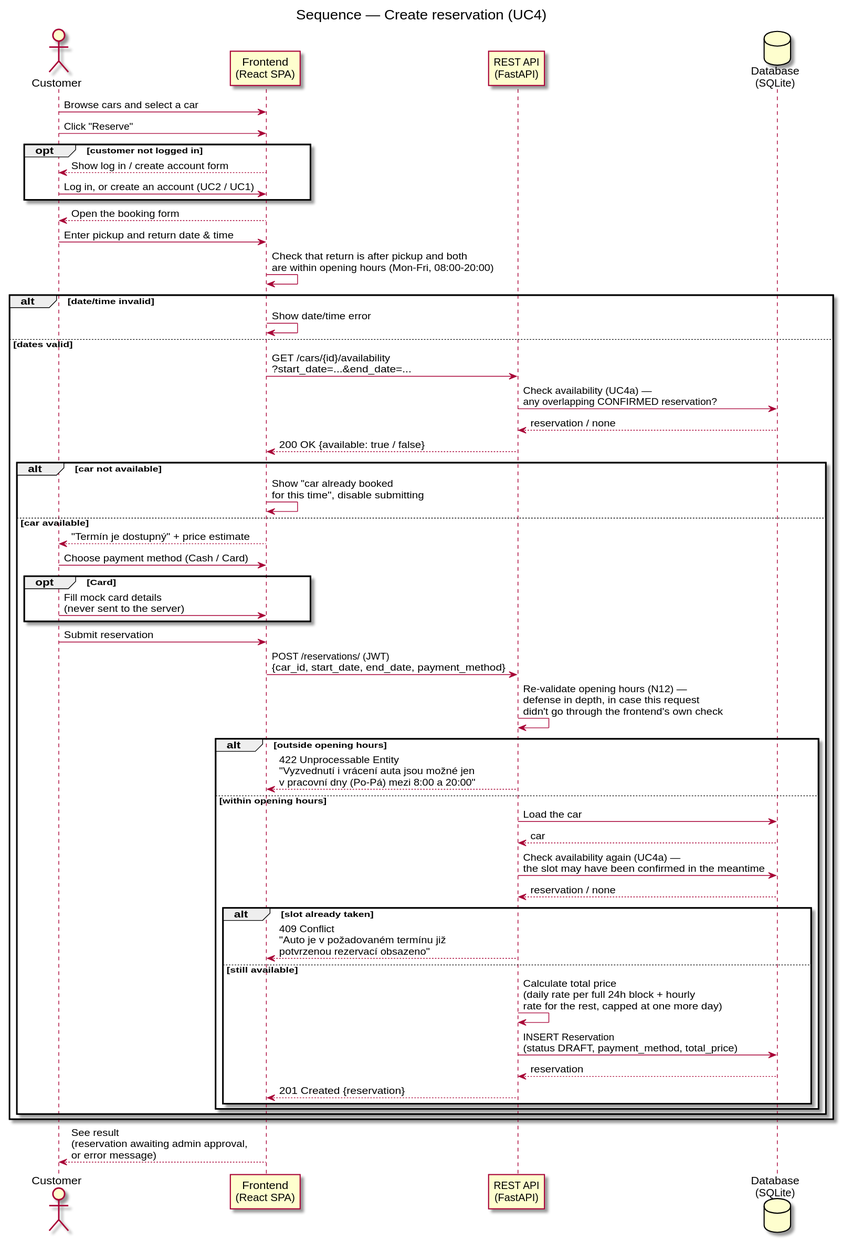
Above: docs/diagrams/sequence-make-reservation.svg in DavidMagyarics/CarRentalVSB (PlantUML), before the change.
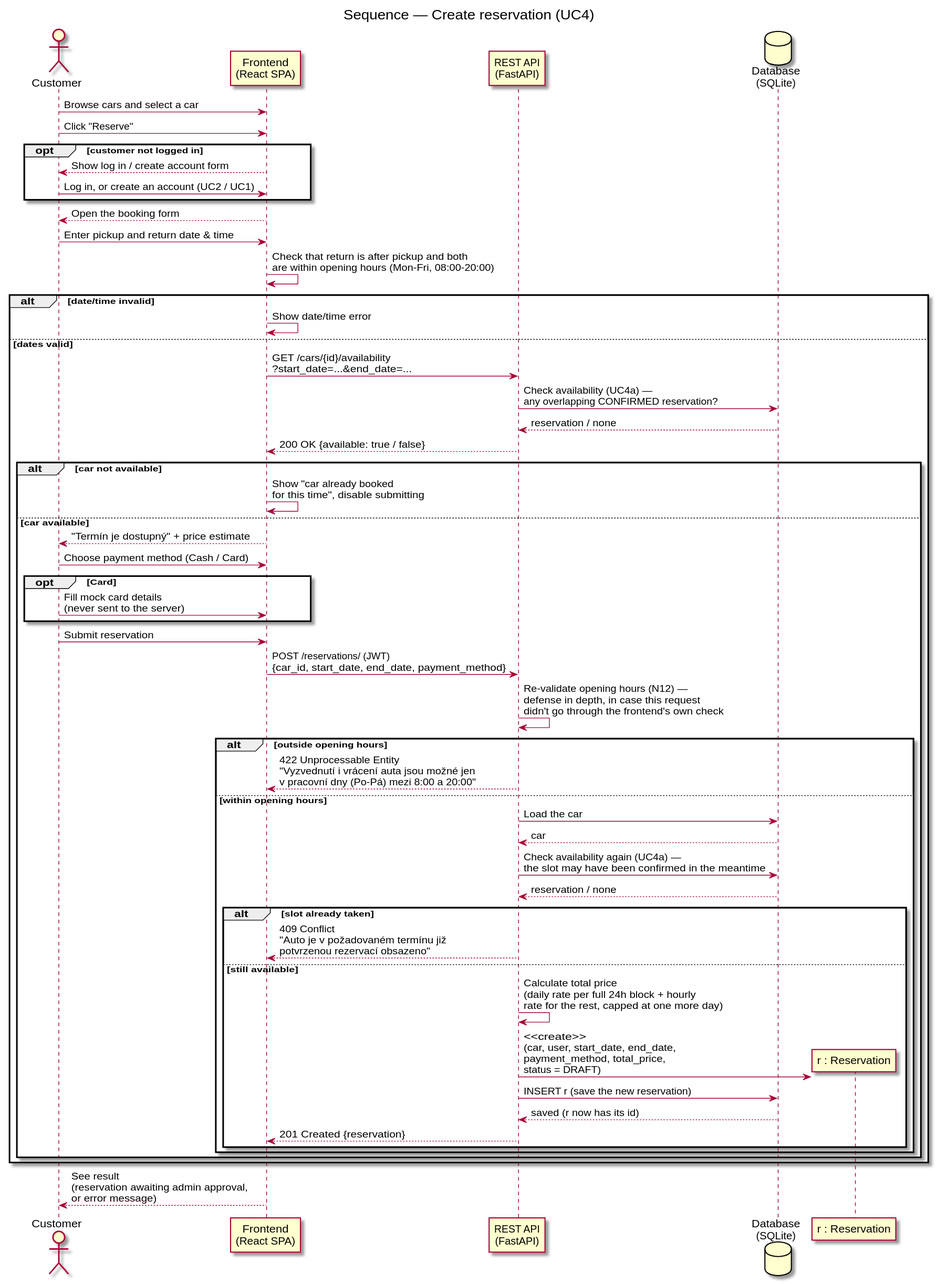
After the change.

What changed in the source:
```diff
@@ -51,8 +51,10 @@
         API --> FE: 409 Conflict\n"Auto je v požadovaném termínu již\npotvrzenou rezervací obsazeno"
       else still available
         API -> API: Calculate total price\n(daily rate per full 24h block + hourly\nrate for the rest, capped at one more day)
-        API -> DB: INSERT Reservation\n(status DRAFT, payment_method, total_price)
-        DB --> API: reservation
+        create participant "r : Reservation" as R
+        API -> R: <<create>>\n(car, user, start_date, end_date,\npayment_method, total_price,\nstatus = DRAFT)
+        API -> DB: INSERT r (save the new reservation)
+        DB --> API: saved (r now has its id)
         API --> FE: 201 Created {reservation}
       end
     end
```
